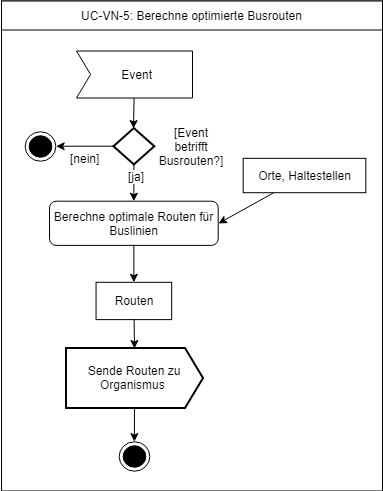
Above: Documentation/Activity Diagrams/Activity-Diagram_UC-VN-5.png in mif-sge/verkehr (draw.io), before the change. Source tidied: cells renumbered, new cells last; positions are measured from the earlier drawing's top-left corner, leaving out a move shared by most shapes.
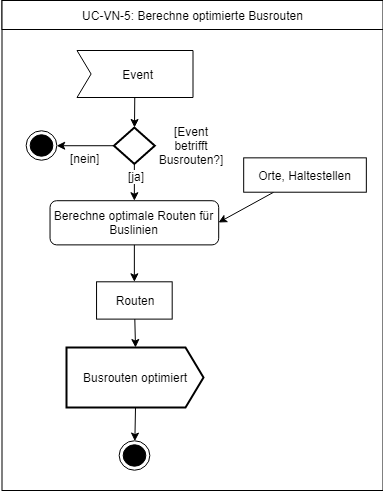
Later version of the same file.

Change to the diagram source:
```diff
@@ -64,7 +64,7 @@
     <mxCell id="21" value="&amp;nbsp;Event&lt;br&gt;" style="html=1;shape=mxgraph.sysml.accEvent;strokeWidth=1;whiteSpace=wrap;align=center;" parent="2" vertex="1">
       <mxGeometry x="76" y="50" width="116" height="47" as="geometry" />
     </mxCell>
-    <mxCell id="22" value="Sende Routen zu Organismus&amp;nbsp;" style="html=1;shape=mxgraph.sysml.sendSigAct;strokeWidth=2;whiteSpace=wrap;align=center;" parent="2" vertex="1">
+    <mxCell id="22" value="Busrouten optimiert" style="html=1;shape=mxgraph.sysml.sendSigAct;strokeWidth=2;whiteSpace=wrap;align=center;" parent="2" vertex="1">
       <mxGeometry x="65.5" y="347" width="137" height="60" as="geometry" />
     </mxCell>
   </root>
```
